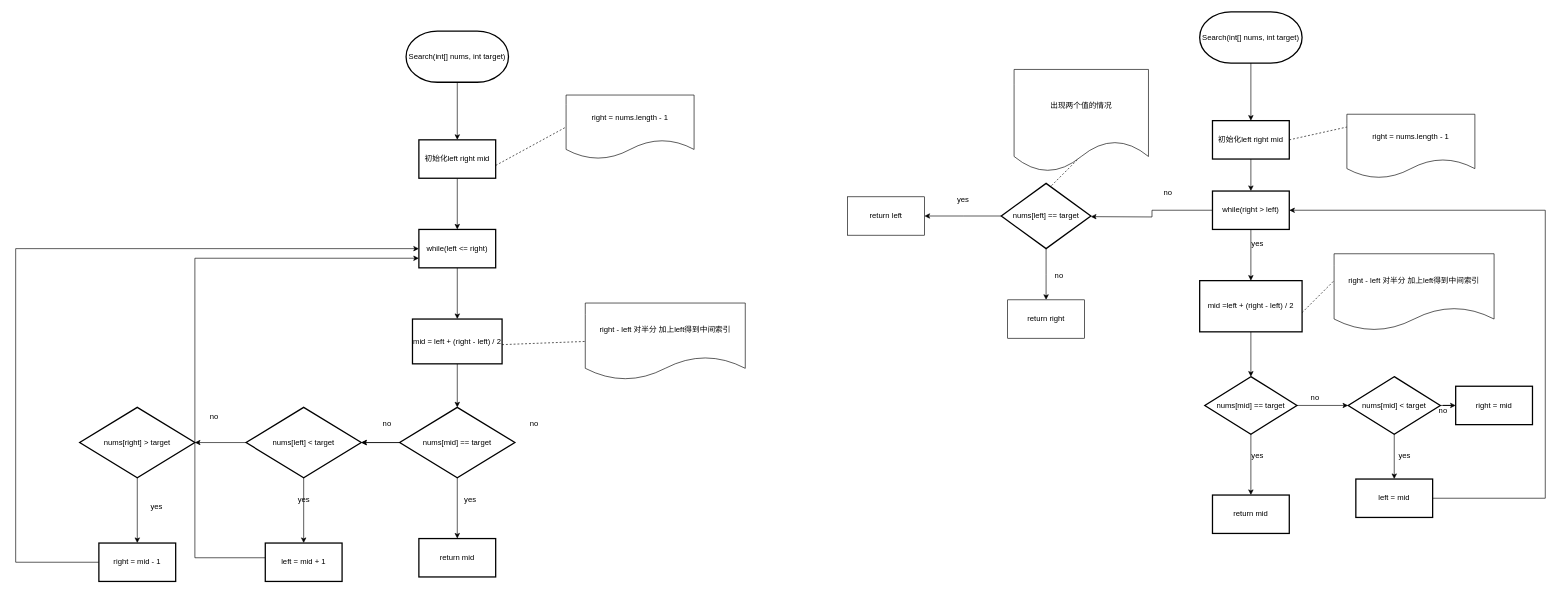
QAQSly/QAQSly keeps this draw.io diagram as search.drawio. Above is the earlier version. Source tidied: cells renumbered, new cells numbered last; positions are measured from the earlier drawing's top-left corner, leaving out a move shared by most shapes. Both pictures are drawn from the tidied source at 64%, with x=0, y=0 at pixel (15, 12).
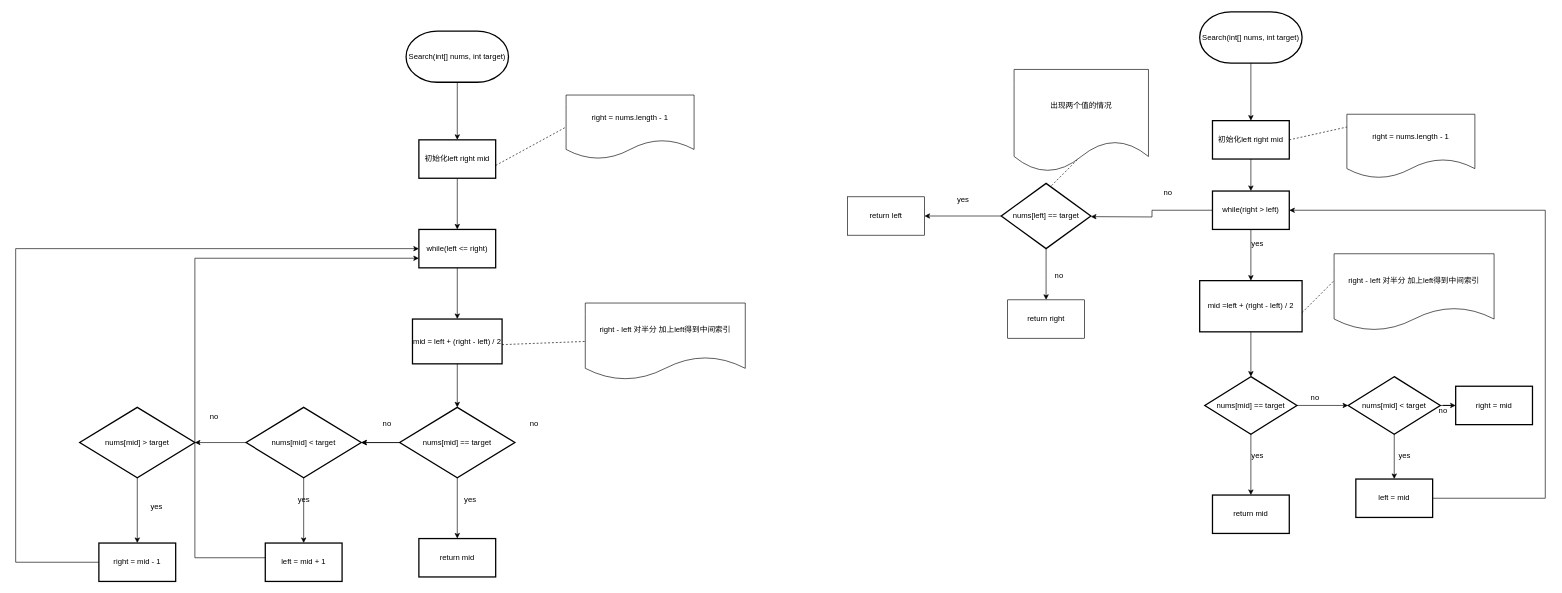
The same diagram, later.

Change to the diagram source:
```diff
@@
-    <mxCell id="59" value="nums[left] &amp;lt; target" style="rhombus;whiteSpace=wrap;html=1;strokeWidth=2;" parent="1" vertex="1">
+    <mxCell id="59" value="nums[mid] &amp;lt; target" style="rhombus;whiteSpace=wrap;html=1;strokeWidth=2;" parent="1" vertex="1">
       <mxGeometry x="360" y="618" width="180" height="110" as="geometry" />
     </mxCell>
@@
-    <mxCell id="67" value="nums[right] &amp;gt; target" style="rhombus;whiteSpace=wrap;html=1;strokeWidth=2;" parent="1" vertex="1">
+    <mxCell id="67" value="nums[mid] &amp;gt; target" style="rhombus;whiteSpace=wrap;html=1;strokeWidth=2;" parent="1" vertex="1">
       <mxGeometry x="100" y="618" width="180" height="110" as="geometry" />
     </mxCell>
```
